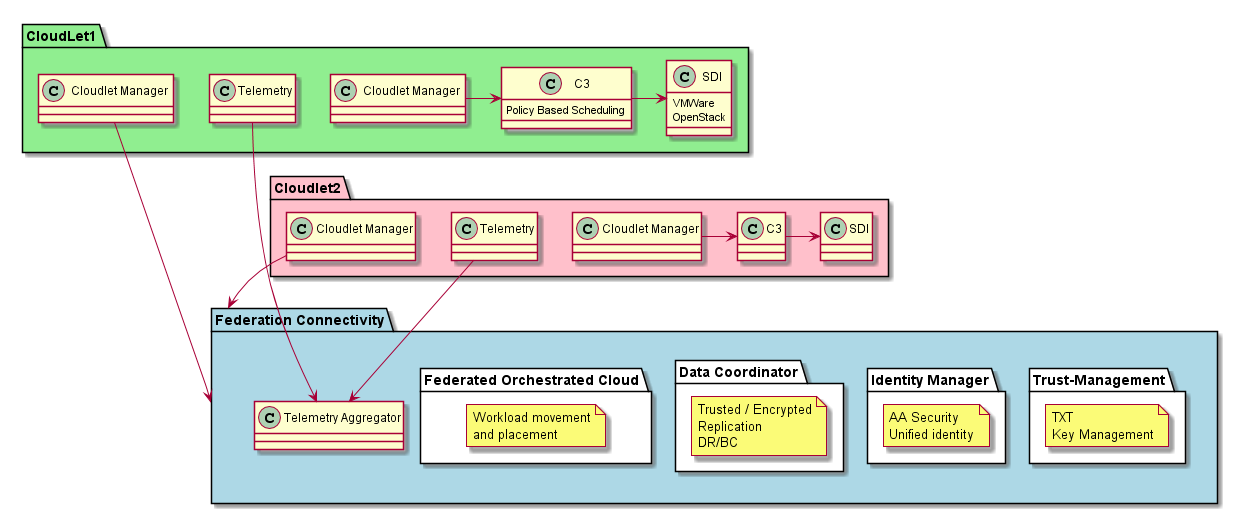
CAADE/CloudLet keeps this PlantUML diagram as docs/Solution/Logical.png. Above is the earlier version.
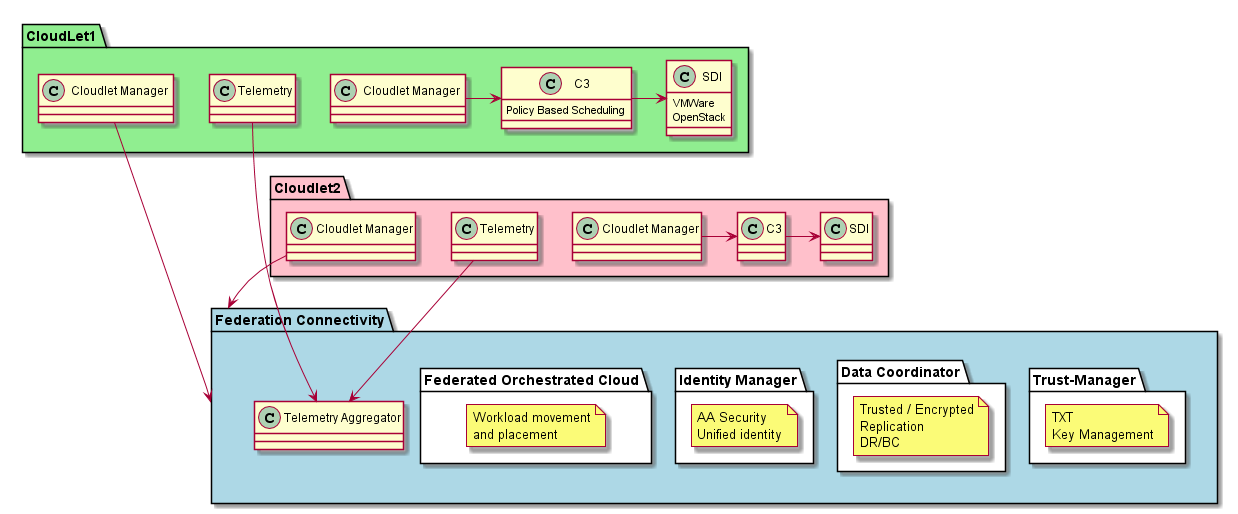
Above is the later version.

What changed in the source:
```diff
@@ -16,7 +16,7 @@
 
 package "Federation Connectivity" as FC #lightblue {
     class "Telemetry Aggregator" as TA
-    package "Trust-Management" #ffffff {
+    package "Trust-Manager" #ffffff {
       note as N1
       TXT
       Key Management
```
